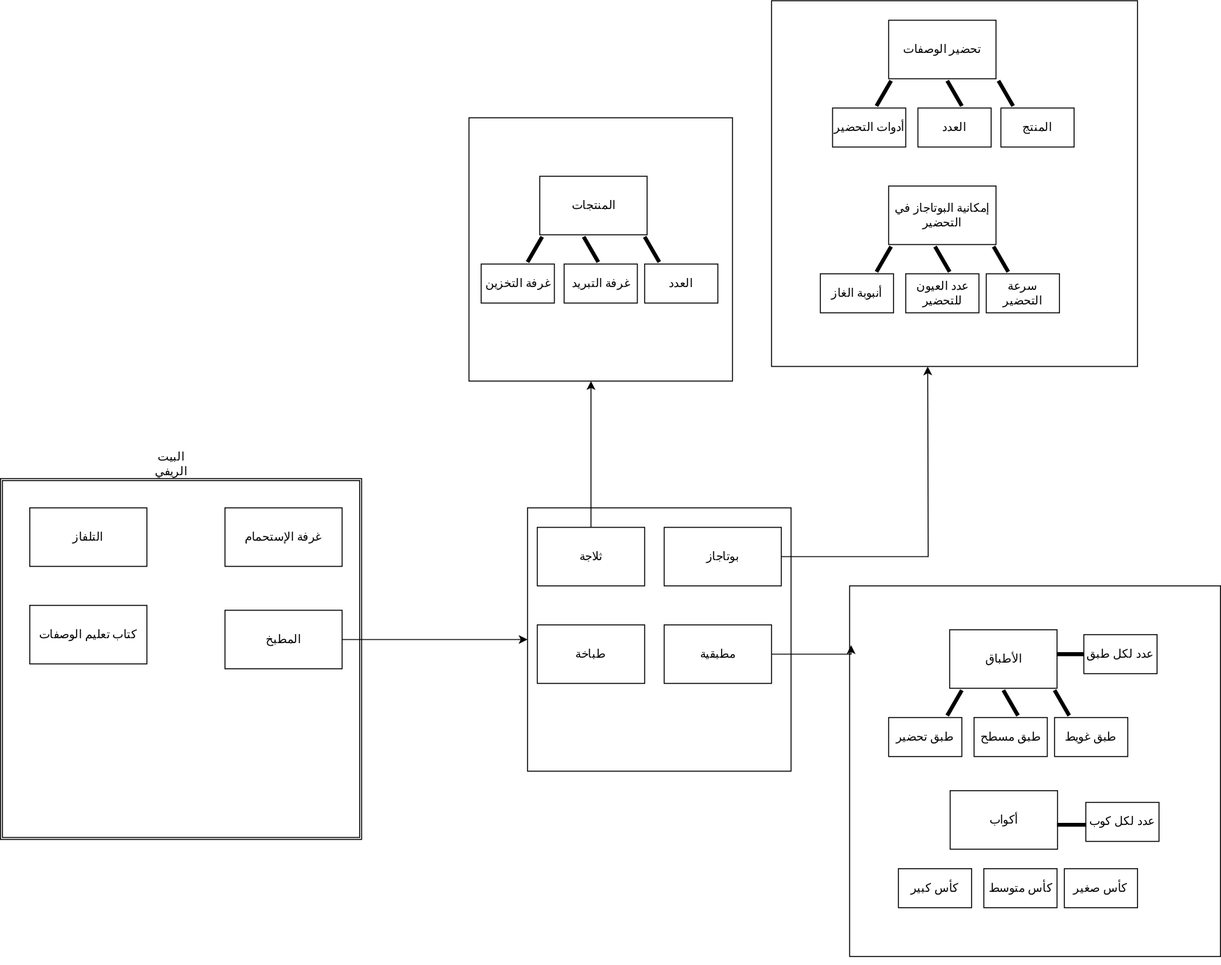
mahmoud-y0usef/chefo-uml keeps this draw.io diagram as بيت الريف.svg. Above is the earlier version. Source tidied: cells renumbered, new cells last; positions are measured from the earlier drawing's top-left corner, leaving out a move shared by most shapes.
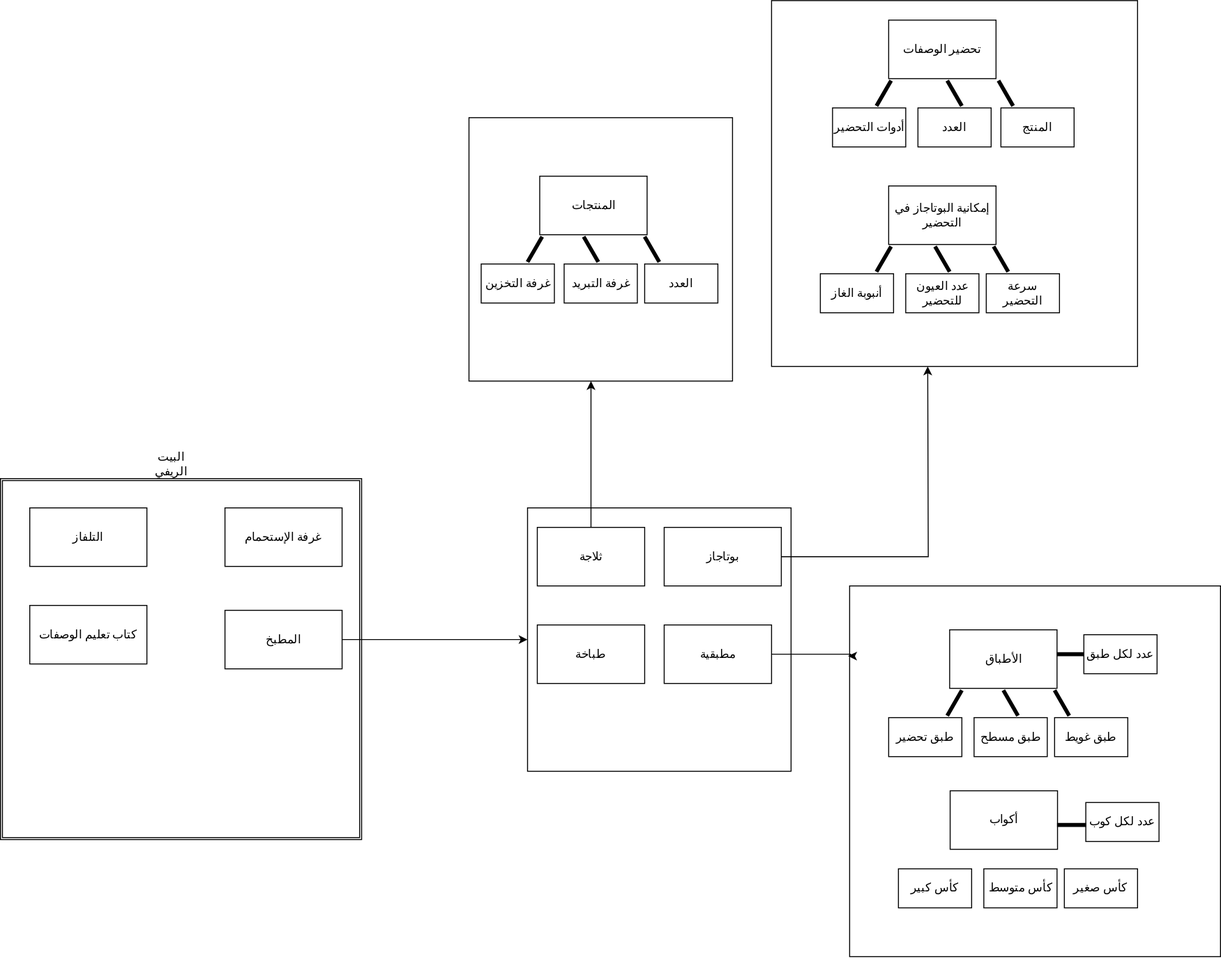
Above is the later version.

Change to the diagram source:
```diff
@@ -123,10 +123,11 @@
     <mxCell id="40" style="whiteSpace=wrap;html=1;labelBackgroundColor=none;" parent="1" vertex="1">
       <mxGeometry x="870" y="600" width="380" height="380" as="geometry" />
     </mxCell>
-    <mxCell id="41" style="edgeStyle=orthogonalEdgeStyle;rounded=0;jettySize=auto;html=1;entryX=0.004;entryY=0.16;entryDx=0;entryDy=0;entryPerimeter=0;labelBackgroundColor=none;fontColor=default;" parent="1" edge="1" source="20" target="40">
+    <mxCell id="41" style="edgeStyle=orthogonalEdgeStyle;rounded=0;jettySize=auto;html=1;entryX=-0.004;entryY=0.189;entryDx=0;entryDy=0;entryPerimeter=0;labelBackgroundColor=none;fontColor=default;" parent="1" edge="1" source="20" target="40">
       <mxGeometry relative="1" as="geometry">
         <Array as="points">
           <mxPoint x="871" y="670" />
+          <mxPoint x="871" y="672" />
         </Array>
       </mxGeometry>
     </mxCell>
```
